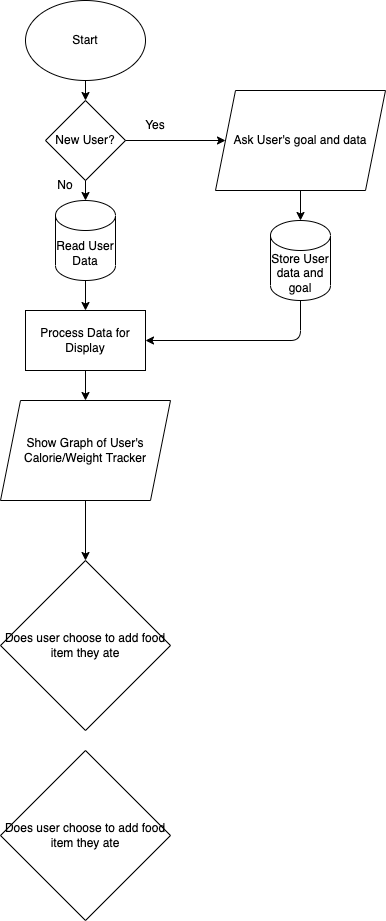
Earlier version of the draw.io export specs/brainstorm/brainStormFlow.drawio.png (cse110-fa22-group15/cse110-fa22-group15). Source tidied: cells renumbered, new cells last; positions are measured from the earlier drawing's top-left corner, leaving out a move shared by most shapes.
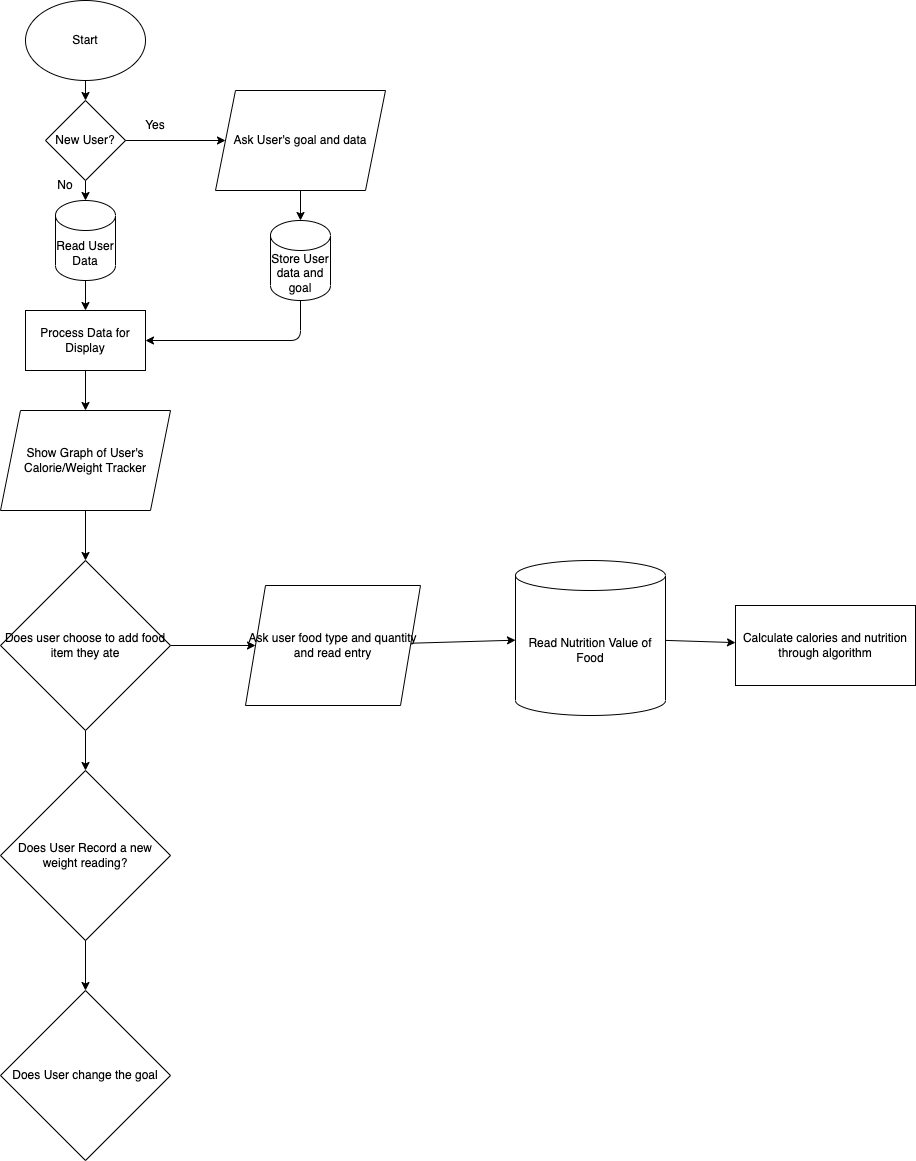
After the commit.

Commit message:
Food input branch update in flowchart

What changed in the source:
```diff
@@ -12,7 +12,7 @@
       <mxGeometry relative="1" as="geometry" />
     </mxCell>
     <mxCell id="5" value="Show Graph of User's Calorie/Weight Tracker" style="shape=parallelogram;perimeter=parallelogramPerimeter;whiteSpace=wrap;html=1;fixedSize=1;" parent="1" vertex="1">
-      <mxGeometry y="400" width="170" height="100" as="geometry" />
+      <mxGeometry y="410" width="170" height="100" as="geometry" />
     </mxCell>
     <mxCell id="6" style="edgeStyle=none;html=1;" parent="1" edge="1" source="7" target="5">
       <mxGeometry relative="1" as="geometry" />
@@ -26,6 +26,12 @@
     <mxCell id="9" value="Read User Data" style="shape=cylinder3;whiteSpace=wrap;html=1;boundedLbl=1;backgroundOutline=1;size=15;" parent="1" vertex="1">
       <mxGeometry x="55" y="200" width="60" height="80" as="geometry" />
     </mxCell>
+    <mxCell id="21" style="edgeStyle=none;html=1;" parent="1" edge="1" source="10" target="20">
+      <mxGeometry relative="1" as="geometry" />
+    </mxCell>
+    <mxCell id="22" style="edgeStyle=none;html=1;" parent="1" edge="1" source="10" target="26">
+      <mxGeometry relative="1" as="geometry" />
+    </mxCell>
     <mxCell id="10" value="Does user choose to add food item they ate" style="rhombus;whiteSpace=wrap;html=1;" parent="1" vertex="1">
       <mxGeometry y="560" width="170" height="170" as="geometry" />
     </mxCell>
@@ -60,8 +66,29 @@
     <mxCell id="19" value="Store User data and goal" style="shape=cylinder3;whiteSpace=wrap;html=1;boundedLbl=1;backgroundOutline=1;size=15;" parent="1" vertex="1">
       <mxGeometry x="270" y="220" width="60" height="80" as="geometry" />
     </mxCell>
+    <mxCell id="23" style="edgeStyle=none;html=1;" parent="1" edge="1" source="20" target="24">
+      <mxGeometry relative="1" as="geometry" />
+    </mxCell>
-    <mxCell id="20" value="Does user choose to add food item they ate" style="rhombus;whiteSpace=wrap;html=1;" parent="1" vertex="1">
-      <mxGeometry y="750" width="170" height="170" as="geometry" />
+    <mxCell id="20" value="Does User Record a new weight reading?" style="rhombus;whiteSpace=wrap;html=1;" parent="1" vertex="1">
+      <mxGeometry y="770" width="170" height="170" as="geometry" />
     </mxCell>
+    <mxCell id="24" value="Does User change the goal" style="rhombus;whiteSpace=wrap;html=1;" parent="1" vertex="1">
+      <mxGeometry y="990" width="170" height="170" as="geometry" />
+    </mxCell>
+    <mxCell id="25" style="edgeStyle=none;html=1;" parent="1" edge="1" source="26" target="28">
+      <mxGeometry relative="1" as="geometry" />
+    </mxCell>
+    <mxCell id="26" value="Ask user food type and quantity and read entry" style="shape=parallelogram;perimeter=parallelogramPerimeter;whiteSpace=wrap;html=1;fixedSize=1;" parent="1" vertex="1">
+      <mxGeometry x="245" y="585" width="175" height="120" as="geometry" />
+    </mxCell>
+    <mxCell id="27" style="edgeStyle=none;html=1;" parent="1" edge="1" source="28" target="29">
+      <mxGeometry relative="1" as="geometry" />
+    </mxCell>
+    <mxCell id="28" value="Read Nutrition Value of Food" style="shape=cylinder3;whiteSpace=wrap;html=1;boundedLbl=1;backgroundOutline=1;size=15;" parent="1" vertex="1">
+      <mxGeometry x="515" y="560" width="150" height="155" as="geometry" />
+    </mxCell>
+    <mxCell id="29" value="Calculate calories and nutrition through algorithm" style="whiteSpace=wrap;html=1;" parent="1" vertex="1">
+      <mxGeometry x="735" y="605" width="180" height="80" as="geometry" />
+    </mxCell>
   </root>
 </mxGraphModel>
```
